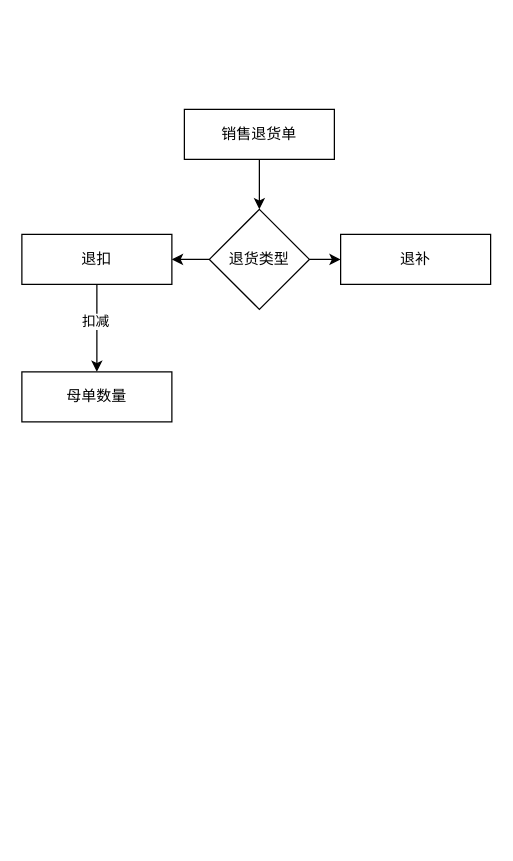
This is 销售退货.drawio from pbm0802/GitIDEATest, a draw.io file, before an edit. Source tidied: cells renumbered, new cells numbered last; positions are measured from the earlier drawing's top-left corner, leaving out a move shared by most shapes. Both pictures are drawn from the tidied source at 125%, with x=0, y=0 at pixel (21, 109).
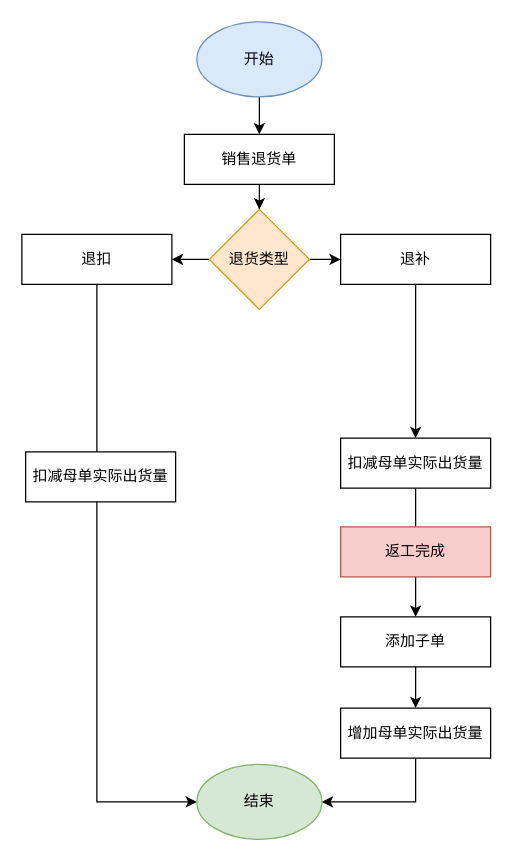
The same diagram, later.

Commit message (it also covers changes not shown here):
更新销售退货.drawio

Unchanged cells that the change refers to:
```xml
<mxCell id="9" value="退扣" style="rounded=0;whiteSpace=wrap;html=1;" parent="1" vertex="1">
  <mxGeometry y="100" width="120" height="40" as="geometry" />
</mxCell>
<mxCell id="10" value="退补" style="rounded=0;whiteSpace=wrap;html=1;" parent="1" vertex="1">
  <mxGeometry x="255" y="100" width="120" height="40" as="geometry" />
</mxCell>
```

The edit, as a diff of the source:
```diff
@@
     <mxCell id="3" value="销售退货单" style="rounded=0;whiteSpace=wrap;html=1;" parent="1" vertex="1">
-      <mxGeometry x="130" width="120" height="40" as="geometry" />
+      <mxGeometry x="130" y="20" width="120" height="40" as="geometry" />
     </mxCell>
@@
-    <mxCell id="6" value="退货类型" style="rhombus;whiteSpace=wrap;html=1;" parent="1" vertex="1">
+    <mxCell id="6" value="退货类型" style="rhombus;whiteSpace=wrap;html=1;fillColor=#ffe6cc;strokeColor=#d79b00;" parent="1" vertex="1">
       <mxGeometry x="150" y="80" width="80" height="80" as="geometry" />
     </mxCell>
-    <mxCell id="7" style="edgeStyle=orthogonalEdgeStyle;rounded=0;jettySize=auto;html=1;exitX=0.5;exitY=1;exitDx=0;exitDy=0;entryX=0.5;entryY=0;entryDx=0;entryDy=0;" parent="1" edge="1" source="9" target="11">
-      <mxGeometry relative="1" as="geometry" />
-    </mxCell>
-    <mxCell id="8" value="扣减" style="edgeLabel;html=1;align=center;verticalAlign=middle;" parent="7" vertex="1">
-      <mxGeometry x="-0.16" y="-2" relative="1" as="geometry" />
-    </mxCell>
+    <mxCell id="12" style="edgeStyle=orthogonalEdgeStyle;rounded=0;jettySize=auto;html=1;exitX=0.5;exitY=1;exitDx=0;exitDy=0;entryX=0;entryY=0.5;entryDx=0;entryDy=0;" parent="1" edge="1" source="9" target="22">
+      <mxGeometry relative="1" as="geometry" />
+    </mxCell>
@@
+    <mxCell id="13" style="edgeStyle=orthogonalEdgeStyle;rounded=0;jettySize=auto;html=1;exitX=0.5;exitY=1;exitDx=0;exitDy=0;entryX=0.5;entryY=0;entryDx=0;entryDy=0;" parent="1" edge="1" source="10" target="15">
+      <mxGeometry relative="1" as="geometry" />
+    </mxCell>
@@
-    <mxCell id="11" value="母单数量" style="rounded=0;whiteSpace=wrap;html=1;" parent="1" vertex="1">
-      <mxGeometry y="210" width="120" height="40" as="geometry" />
-    </mxCell>
+    <mxCell id="14" style="edgeStyle=orthogonalEdgeStyle;rounded=0;jettySize=auto;html=1;exitX=0.5;exitY=1;exitDx=0;exitDy=0;entryX=0.5;entryY=0;entryDx=0;entryDy=0;" parent="1" edge="1" source="15" target="17">
+      <mxGeometry relative="1" as="geometry" />
+    </mxCell>
+    <mxCell id="15" value="扣减母单实际出货量" style="rounded=0;whiteSpace=wrap;html=1;" parent="1" vertex="1">
+      <mxGeometry x="255" y="263" width="120" height="40" as="geometry" />
+    </mxCell>
+    <mxCell id="16" style="edgeStyle=orthogonalEdgeStyle;rounded=0;jettySize=auto;html=1;exitX=0.5;exitY=1;exitDx=0;exitDy=0;entryX=0.5;entryY=0;entryDx=0;entryDy=0;" parent="1" edge="1" source="17" target="19">
+      <mxGeometry relative="1" as="geometry" />
+    </mxCell>
+    <mxCell id="17" value="添加子单" style="rounded=0;whiteSpace=wrap;html=1;" parent="1" vertex="1">
+      <mxGeometry x="255" y="406" width="120" height="40" as="geometry" />
+    </mxCell>
+    <mxCell id="18" style="edgeStyle=orthogonalEdgeStyle;rounded=0;jettySize=auto;html=1;exitX=0.5;exitY=1;exitDx=0;exitDy=0;entryX=1;entryY=0.5;entryDx=0;entryDy=0;" parent="1" edge="1" source="19" target="22">
+      <mxGeometry relative="1" as="geometry" />
+    </mxCell>
+    <mxCell id="19" value="增加母单实际出货量" style="rounded=0;whiteSpace=wrap;html=1;" parent="1" vertex="1">
+      <mxGeometry x="255" y="479" width="120" height="40" as="geometry" />
+    </mxCell>
+    <mxCell id="20" style="edgeStyle=orthogonalEdgeStyle;rounded=0;jettySize=auto;html=1;exitX=0.5;exitY=1;exitDx=0;exitDy=0;entryX=0.5;entryY=0;entryDx=0;entryDy=0;" parent="1" edge="1" source="21" target="3">
+      <mxGeometry relative="1" as="geometry" />
+    </mxCell>
+    <mxCell id="21" value="开始" style="ellipse;whiteSpace=wrap;html=1;fillColor=#dae8fc;strokeColor=#6c8ebf;" parent="1" vertex="1">
+      <mxGeometry x="140" y="-70" width="100" height="60" as="geometry" />
+    </mxCell>
+    <mxCell id="22" value="结束" style="ellipse;whiteSpace=wrap;html=1;fillColor=#d5e8d4;strokeColor=#82b366;" parent="1" vertex="1">
+      <mxGeometry x="140" y="524" width="100" height="60" as="geometry" />
+    </mxCell>
+    <mxCell id="23" value="扣减母单实际出货量" style="rounded=0;whiteSpace=wrap;html=1;" parent="1" vertex="1">
+      <mxGeometry x="3" y="274" width="120" height="40" as="geometry" />
+    </mxCell>
+    <mxCell id="24" value="返工完成" style="rounded=0;whiteSpace=wrap;html=1;fillColor=#f8cecc;strokeColor=#b85450;" parent="1" vertex="1">
+      <mxGeometry x="255" y="334" width="120" height="40" as="geometry" />
+    </mxCell>
```
